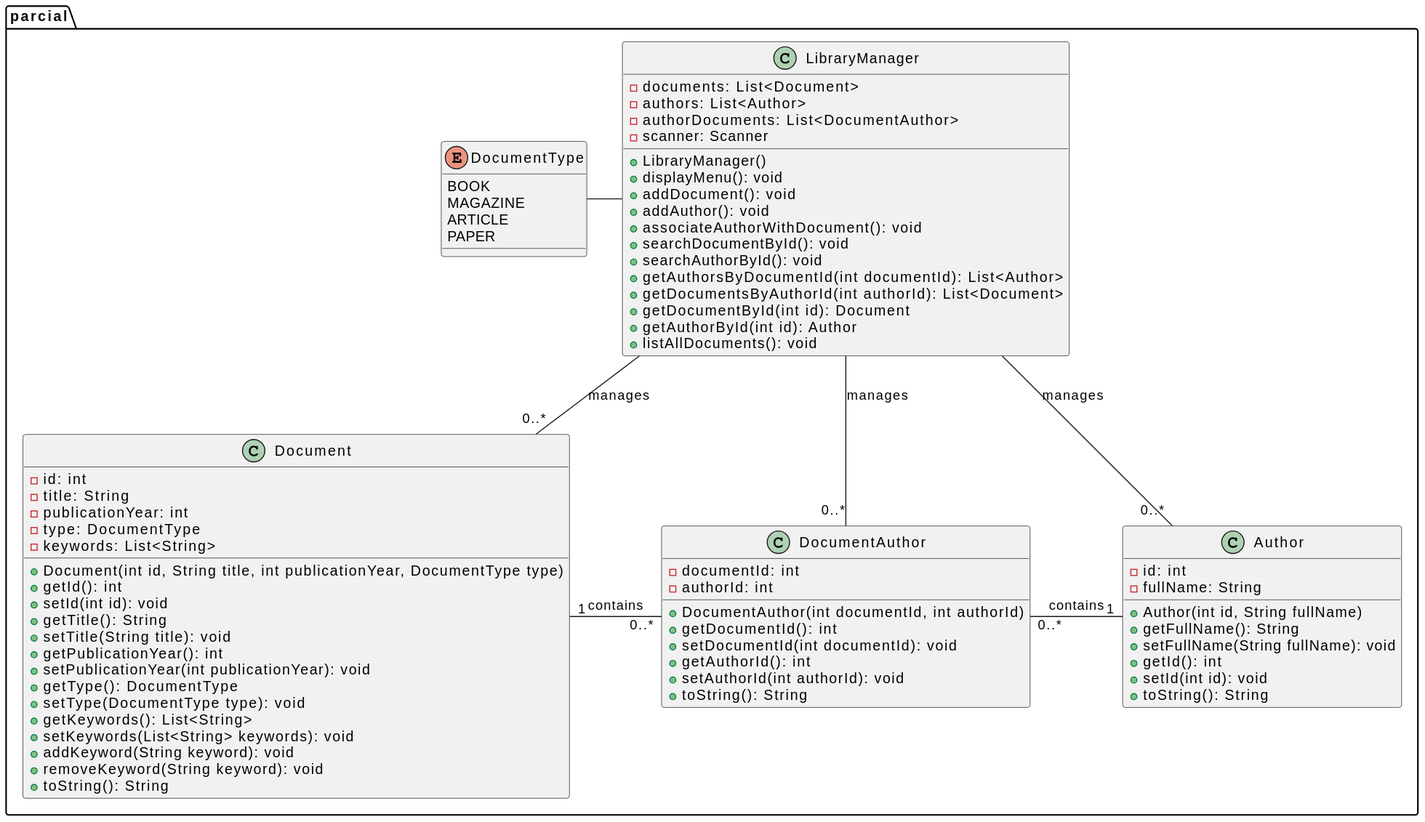
The PlantUML diagram entregas/martinezMaura/parcial-eda2/Diagrama/Diagrama.svg in Martinez-rosa/23-24-eda2-ep, before a commit.
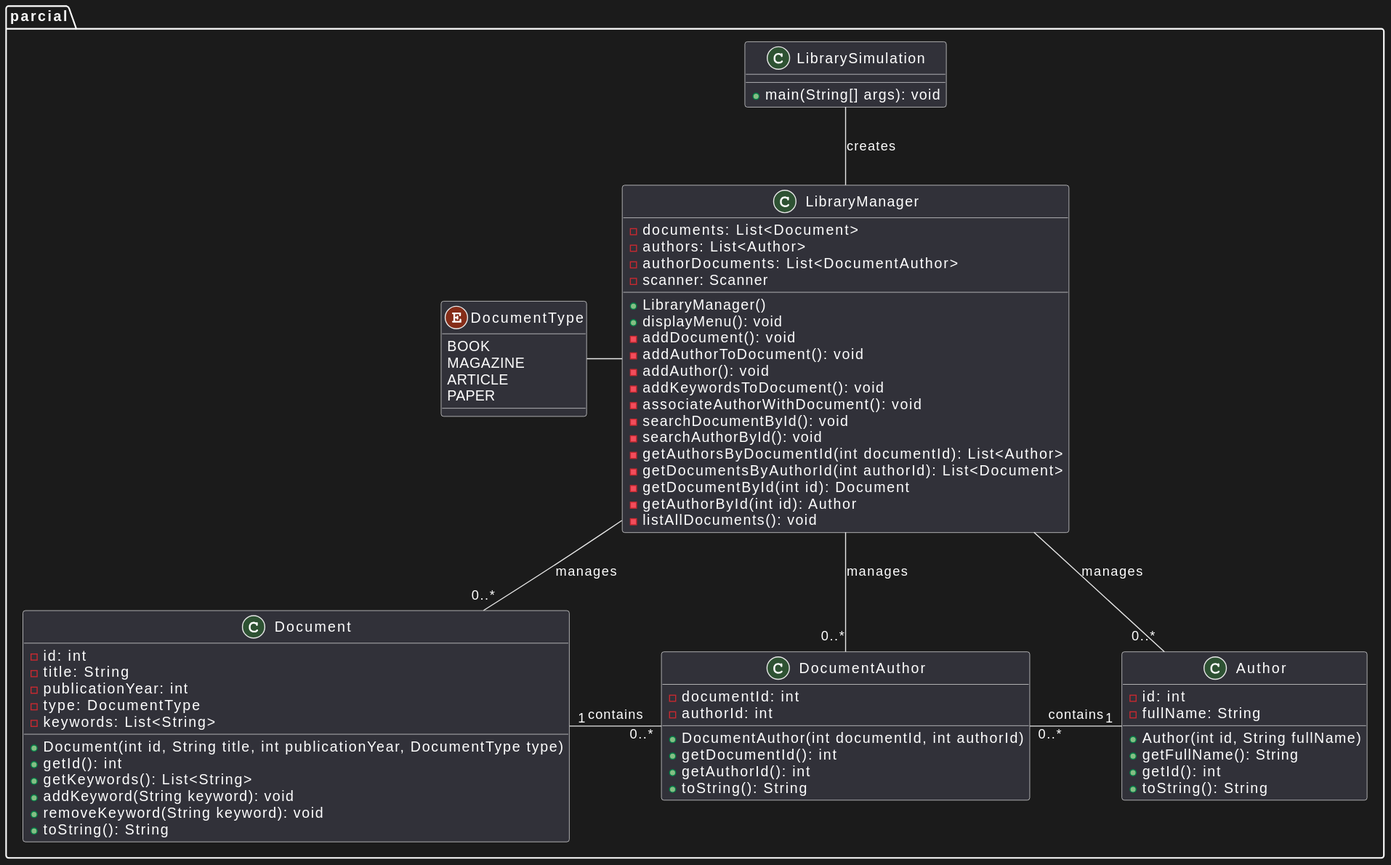
Later version of the same file.

Change to the diagram source:
```diff
@@ -6,9 +6,7 @@
 
         + Author(int id, String fullName)
         + getFullName(): String
-        + setFullName(String fullName): void
         + getId(): int
-        + setId(int id): void
         + toString(): String
     }
 
@@ -28,15 +26,7 @@
 
         + Document(int id, String title, int publicationYear, DocumentType type)
         + getId(): int
-        + setId(int id): void
-        + getTitle(): String
-        + setTitle(String title): void
-        + getPublicationYear(): int
-        + setPublicationYear(int publicationYear): void
-        + getType(): DocumentType
-        + setType(DocumentType type): void
         + getKeywords(): List<String>
-        + setKeywords(List<String> keywords): void
         + addKeyword(String keyword): void
         + removeKeyword(String keyword): void
         + toString(): String
@@ -48,9 +38,7 @@
 
         + DocumentAuthor(int documentId, int authorId)
         + getDocumentId(): int
-        + setDocumentId(int documentId): void
         + getAuthorId(): int
-        + setAuthorId(int authorId): void
         + toString(): String
     }
 
@@ -62,16 +50,22 @@
 
         + LibraryManager()
         + displayMenu(): void
-        + addDocument(): void
-        + addAuthor(): void
-        + associateAuthorWithDocument(): void
-        + searchDocumentById(): void
-        + searchAuthorById(): void
-        + getAuthorsByDocumentId(int documentId): List<Author>
-        + getDocumentsByAuthorId(int authorId): List<Document>
-        + getDocumentById(int id): Document
-        + getAuthorById(int id): Author
-        + listAllDocuments(): void
+        - addDocument(): void
+        - addAuthorToDocument(): void
+        - addAuthor(): void
+        - addKeywordsToDocument(): void
+        - associateAuthorWithDocument(): void
+        - searchDocumentById(): void
+        - searchAuthorById(): void
+        - getAuthorsByDocumentId(int documentId): List<Author>
+        - getDocumentsByAuthorId(int authorId): List<Document>
+        - getDocumentById(int id): Document
+        - getAuthorById(int id): Author
+        - listAllDocuments(): void
+    }
+
+    class LibrarySimulation {
+        + main(String[] args): void
     }
 }
 
@@ -79,6 +73,7 @@
 LibraryManager -- "0..*" Author : manages
 LibraryManager -- "0..*" DocumentAuthor : manages
 Author "1" -l- "0..*" DocumentAuthor : contains
-Document "1" -r- "0..*"DocumentAuthor : contains
+Document "1" -r- "0..*" DocumentAuthor : contains
 DocumentType -r- LibraryManager
+LibrarySimulation -- LibraryManager : creates
 @enduml
```
